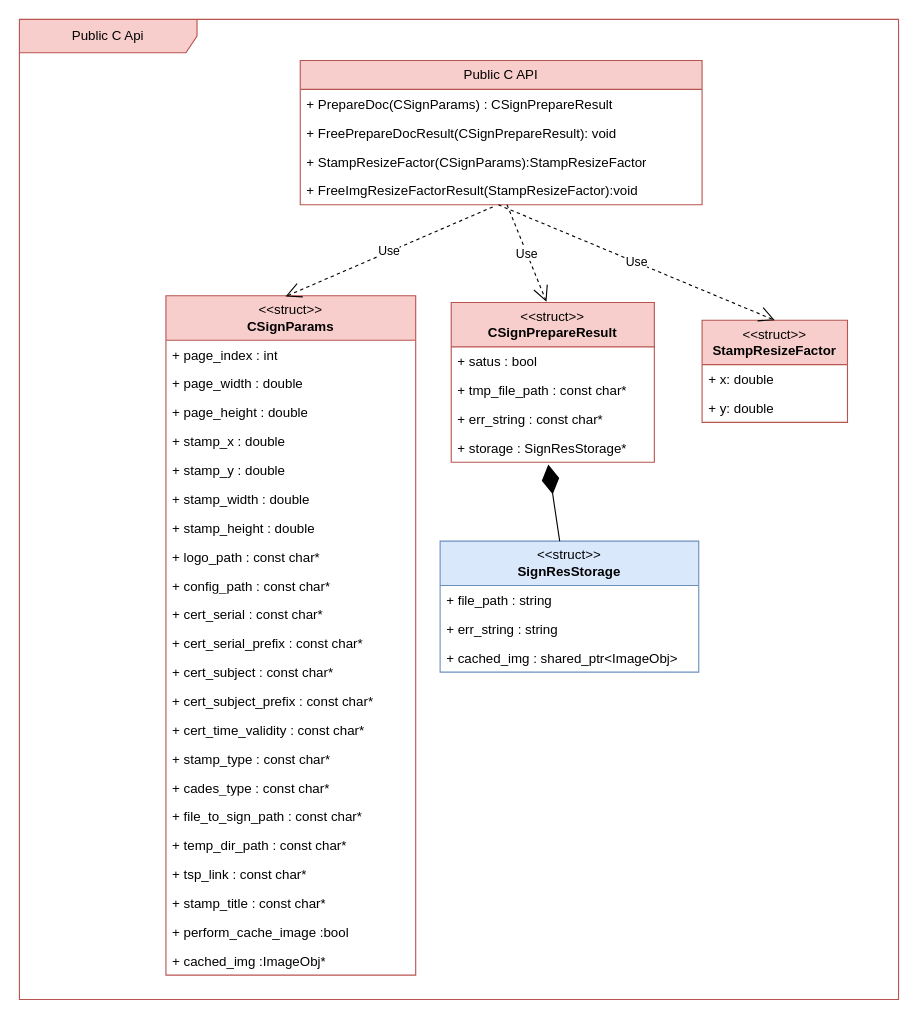
The draw.io diagram page "PDF Public API" (15 of 15) of basic_struct_draft.drawio in 3036662/pdf_scp, before the edit. Source tidied: cells renumbered, new cells numbered last; positions are measured from the earlier drawing's top-left corner, leaving out a move shared by most shapes. Both pictures are drawn from the tidied source at 111%, with x=0, y=0 at pixel (19, 19).
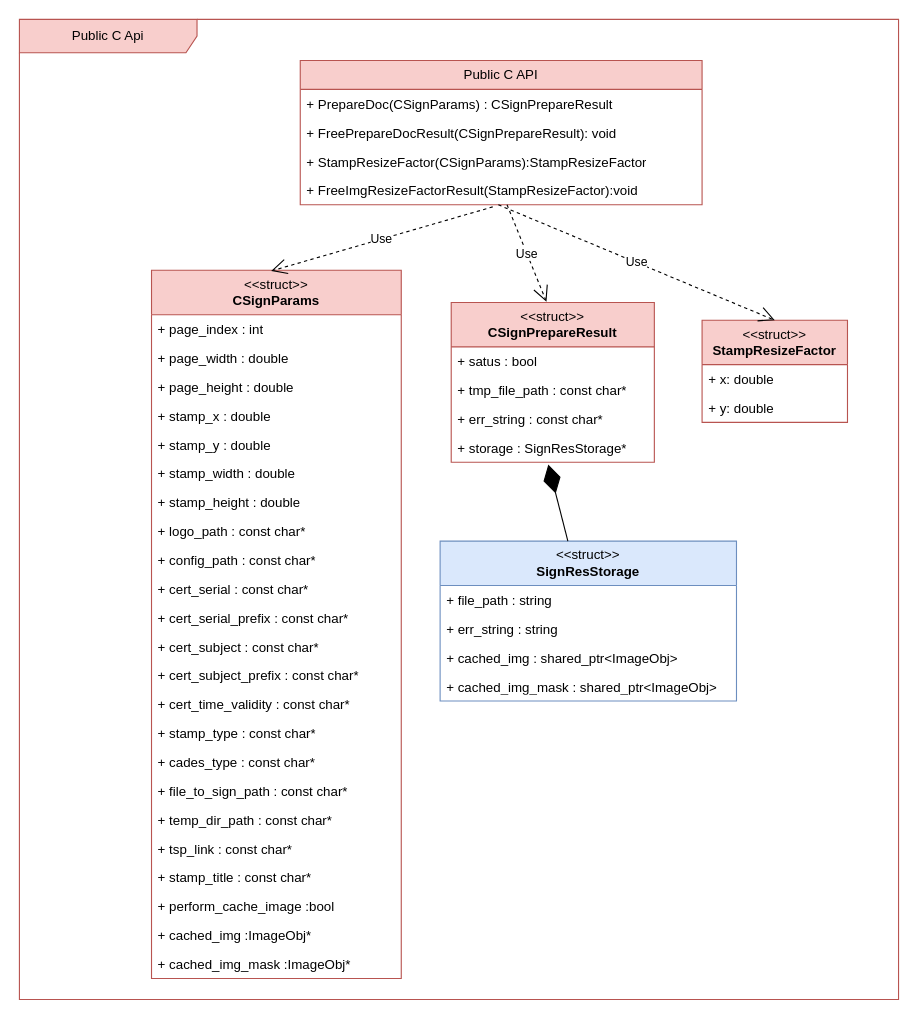
Above is the later version.

Unchanged cells that the change refers to:
```xml
<mxCell id="2" value="Public C Api" style="shape=umlFrame;whiteSpace=wrap;html=1;width=160;fillColor=#f8cecc;strokeColor=#b85450;" parent="1" vertex="1">
  <mxGeometry width="792" height="883" as="geometry" />
</mxCell>
```

Change to the diagram source:
```diff
@@
     <mxCell id="8" value="&lt;div&gt;&amp;lt;&amp;lt;struct&amp;gt;&amp;gt;&lt;b&gt;&lt;br&gt;&lt;/b&gt;&lt;/div&gt;&lt;div&gt;&lt;b&gt;CSignParams&lt;/b&gt;&lt;/div&gt;" style="swimlane;fontStyle=0;horizontal=1;startSize=40;fillColor=#f8cecc;whiteSpace=wrap;html=1;strokeColor=#b85450;" parent="2" vertex="1">
-      <mxGeometry x="132" y="249" width="225" height="612" as="geometry" />
+      <mxGeometry x="119" y="226" width="225" height="638" as="geometry" />
     </mxCell>
@@
+    <mxCell id="47" value="+ cached_img :ImageObj*" style="text;strokeColor=none;fillColor=none;align=left;verticalAlign=top;spacingLeft=4;spacingRight=4;overflow=hidden;whiteSpace=wrap;html=1;" parent="8" vertex="1">
+      <mxGeometry y="586" width="225" height="26" as="geometry" />
+    </mxCell>
-    <mxCell id="30" value="+ cached_img :ImageObj*" style="text;strokeColor=none;fillColor=none;align=left;verticalAlign=top;spacingLeft=4;spacingRight=4;overflow=hidden;whiteSpace=wrap;html=1;" parent="8" vertex="1">
-      <mxGeometry y="586" width="225" height="26" as="geometry" />
+    <mxCell id="30" value="+ cached_img_mask :ImageObj*" style="text;strokeColor=none;fillColor=none;align=left;verticalAlign=top;spacingLeft=4;spacingRight=4;overflow=hidden;whiteSpace=wrap;html=1;" parent="8" vertex="1">
+      <mxGeometry y="612" width="225" height="26" as="geometry" />
     </mxCell>
@@
     <mxCell id="36" value="&lt;div&gt;&amp;lt;&amp;lt;struct&amp;gt;&amp;gt;&lt;b&gt;&lt;br&gt;&lt;/b&gt;&lt;/div&gt;&lt;div&gt;&lt;b&gt;SignResStorage&lt;/b&gt;&lt;/div&gt;" style="swimlane;fontStyle=0;horizontal=1;startSize=40;fillColor=#dae8fc;whiteSpace=wrap;html=1;strokeColor=#6c8ebf;" parent="2" vertex="1">
-      <mxGeometry x="379" y="470" width="233" height="118" as="geometry" />
+      <mxGeometry x="379" y="470" width="267" height="144" as="geometry" />
     </mxCell>
     <mxCell id="37" value="+ file_path : string" style="text;strokeColor=none;fillColor=none;align=left;verticalAlign=top;spacingLeft=4;spacingRight=4;overflow=hidden;whiteSpace=wrap;html=1;" parent="36" vertex="1">
-      <mxGeometry y="40" width="233" height="26" as="geometry" />
+      <mxGeometry y="40" width="267" height="26" as="geometry" />
     </mxCell>
     <mxCell id="38" value="+ err_string : string" style="text;strokeColor=none;fillColor=none;align=left;verticalAlign=top;spacingLeft=4;spacingRight=4;overflow=hidden;whiteSpace=wrap;html=1;" parent="36" vertex="1">
-      <mxGeometry y="66" width="233" height="26" as="geometry" />
+      <mxGeometry y="66" width="267" height="26" as="geometry" />
     </mxCell>
     <mxCell id="39" value="+ cached_img : shared_ptr&amp;lt;ImageObj&amp;gt;" style="text;strokeColor=none;fillColor=none;align=left;verticalAlign=top;spacingLeft=4;spacingRight=4;overflow=hidden;whiteSpace=wrap;html=1;" parent="36" vertex="1">
-      <mxGeometry y="92" width="233" height="26" as="geometry" />
+      <mxGeometry y="92" width="267" height="26" as="geometry" />
     </mxCell>
+    <mxCell id="48" value="+ cached_img_mask : shared_ptr&amp;lt;ImageObj&amp;gt;" style="text;strokeColor=none;fillColor=none;align=left;verticalAlign=top;spacingLeft=4;spacingRight=4;overflow=hidden;whiteSpace=wrap;html=1;" parent="36" vertex="1">
+      <mxGeometry y="118" width="267" height="26" as="geometry" />
+    </mxCell>
```
